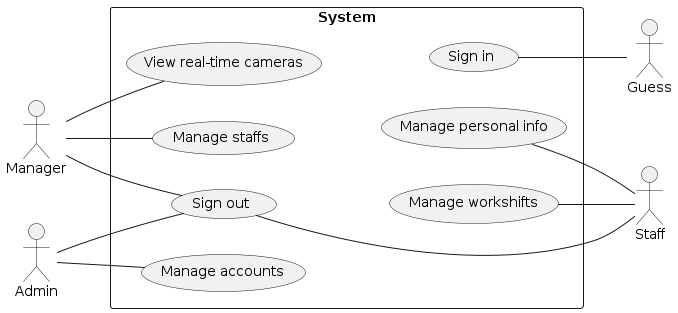
Above: docs/UML/Usecase Diagrams/general.png in LapTQ/MCT (PlantUML), before the change.
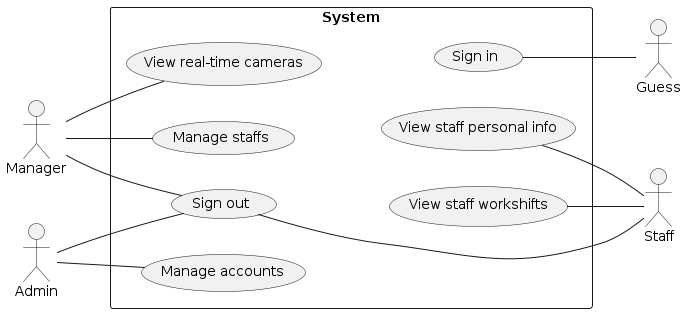
Later version of the same file.

What changed in the source:
```diff
@@ -11,8 +11,8 @@
     (Sign out) as (UC02)
     (Manage staffs) as (UC04)
     (View real-time cameras) as (UC03)
-    (Manage workshifts) as (UC16)
-    (Manage personal info) as (UC17)
+    (View staff workshifts) as (UC08)
+    (View staff personal info) as (UC07)
     (Sign in) as (UC01)
 }
 
@@ -23,13 +23,13 @@
 UC09 -[hidden]l- UC02
 UC02 -[hidden]l- UC03
 UC03 -[hidden]l- UC04
-UC03 -[hidden]d- UC17
-UC04 -[hidden]d- UC16
-UC16 -[hidden]l- UC01
+UC03 -[hidden]d- UC07
+UC04 -[hidden]d- UC08
+UC08 -[hidden]l- UC01
 
 
-UC16 -down- Staff
-UC17 -- Staff
+UC08 -down- Staff
+UC07 -- Staff
 UC02 -- Staff
 Manager -down- UC04
 Manager -- UC02
```
